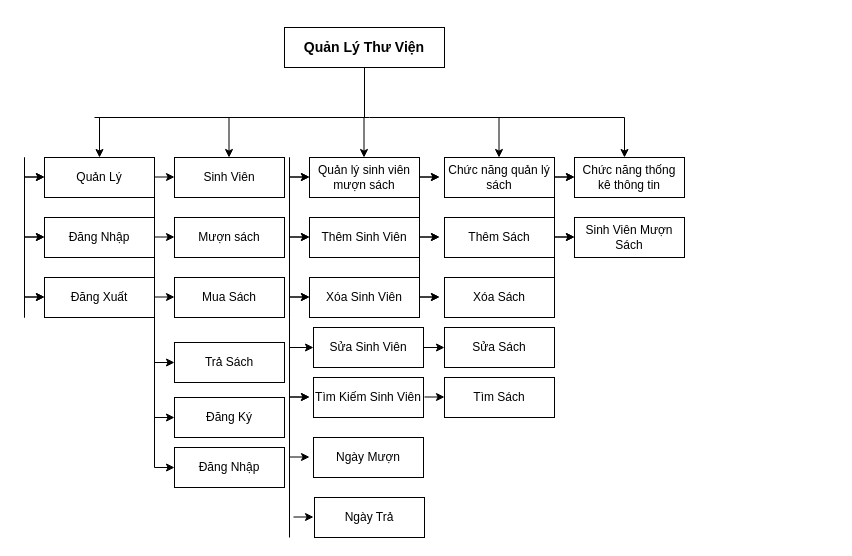
Before: page "Phân Giã Chức Năng" (1 of 2) of QLTV.drawio in XuanManh9999/QLTV_BTL.NET, a draw.io diagram. Source tidied: cells renumbered, new cells numbered last; positions are measured from the earlier drawing's top-left corner, leaving out a move shared by most shapes. Both pictures are drawn from the tidied source at 100%, with x=0, y=0 at pixel (24, 27).
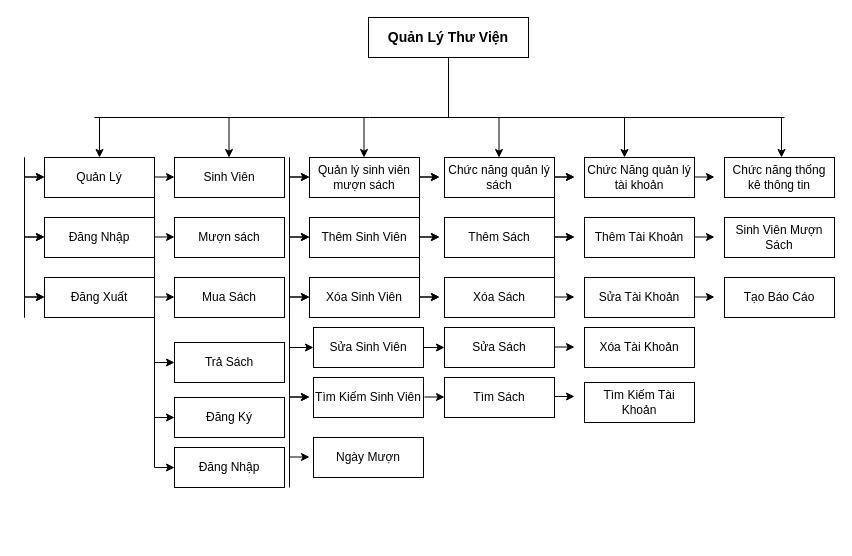
The same diagram, later.

The edit, as a diff of the source:
```diff
@@
     <mxCell id="2" value="&lt;font style=&quot;font-size: 14px;&quot;&gt;&lt;b&gt;Quản Lý Thư Viện&lt;/b&gt;&lt;/font&gt;" style="rounded=0;whiteSpace=wrap;html=1;" parent="1" vertex="1">
-      <mxGeometry x="260" width="160" height="40" as="geometry" />
+      <mxGeometry x="344" y="-10" width="160" height="40" as="geometry" />
     </mxCell>
     <mxCell id="3" style="endArrow=none;html=1;rounded=0;entryX=0.5;entryY=1;entryDx=0;entryDy=0;" parent="1" edge="1" target="2">
       <mxGeometry relative="1" as="geometry">
-        <mxPoint x="340" y="90" as="sourcePoint" />
+        <mxPoint x="424" y="90" as="sourcePoint" />
       </mxGeometry>
     </mxCell>
@@
     <mxCell id="5" style="endArrow=none;html=1;rounded=0;" parent="1" edge="1">
       <mxGeometry relative="1" as="geometry">
         <mxPoint x="70" y="90" as="sourcePoint" />
-        <mxPoint x="600" y="90" as="targetPoint" />
+        <mxPoint x="760" y="90" as="targetPoint" />
         <Array as="points">
           <mxPoint x="345" y="90" />
         </Array>
       </mxGeometry>
     </mxCell>
@@
     <mxCell id="9" value="Chức năng thống kê thông tin" style="rounded=0;whiteSpace=wrap;html=1;" parent="1" vertex="1">
-      <mxGeometry x="550" y="130" width="110" height="40" as="geometry" />
+      <mxGeometry x="700" y="130" width="110" height="40" as="geometry" />
     </mxCell>
@@
     <mxCell id="28" value="Sinh Viên Mượn Sách" style="rounded=0;whiteSpace=wrap;html=1;" parent="1" vertex="1">
-      <mxGeometry x="550" y="190" width="110" height="40" as="geometry" />
+      <mxGeometry x="700" y="190" width="110" height="40" as="geometry" />
     </mxCell>
@@
     <mxCell id="53" style="endArrow=none;html=1;rounded=0;" parent="1" edge="1">
       <mxGeometry relative="1" as="geometry">
-        <mxPoint x="265" y="510" as="sourcePoint" />
+        <mxPoint x="265" y="460" as="sourcePoint" />
         <mxPoint x="265" y="290" as="targetPoint" />
       </mxGeometry>
     </mxCell>
@@
-    <mxCell id="56" style="endArrow=classic;html=1;rounded=0;" parent="1" edge="1">
-      <mxGeometry relative="1" as="geometry">
-        <mxPoint x="269" y="489.5" as="sourcePoint" />
-        <mxPoint x="289" y="489.5" as="targetPoint" />
-      </mxGeometry>
-    </mxCell>
@@
-    <mxCell id="74" value="Ngày Trả" style="rounded=0;whiteSpace=wrap;html=1;" parent="1" vertex="1">
-      <mxGeometry x="290" y="470" width="110" height="40" as="geometry" />
-    </mxCell>
@@
+    <mxCell id="79" value="Chức Năng quản lý tài khoản" style="rounded=0;whiteSpace=wrap;html=1;" parent="1" vertex="1">
+      <mxGeometry x="560" y="130" width="110" height="40" as="geometry" />
+    </mxCell>
+    <mxCell id="80" value="Thêm Tài Khoản" style="rounded=0;whiteSpace=wrap;html=1;" parent="1" vertex="1">
+      <mxGeometry x="560" y="190" width="110" height="40" as="geometry" />
+    </mxCell>
+    <mxCell id="81" value="Sửa Tài Khoản" style="rounded=0;whiteSpace=wrap;html=1;" parent="1" vertex="1">
+      <mxGeometry x="560" y="250" width="110" height="40" as="geometry" />
+    </mxCell>
+    <mxCell id="82" value="Xóa Tài Khoản" style="rounded=0;whiteSpace=wrap;html=1;" parent="1" vertex="1">
+      <mxGeometry x="560" y="300" width="110" height="40" as="geometry" />
+    </mxCell>
+    <mxCell id="83" value="Tìm Kiếm Tài Khoản" style="rounded=0;whiteSpace=wrap;html=1;" parent="1" vertex="1">
+      <mxGeometry x="560" y="355" width="110" height="40" as="geometry" />
+    </mxCell>
+    <mxCell id="84" style="endArrow=classic;html=1;rounded=0;" parent="1" edge="1">
+      <mxGeometry relative="1" as="geometry">
+        <mxPoint x="757" y="90" as="sourcePoint" />
+        <mxPoint x="757" y="130" as="targetPoint" />
+      </mxGeometry>
+    </mxCell>
+    <mxCell id="85" style="endArrow=classic;html=1;rounded=0;" parent="1" edge="1">
+      <mxGeometry relative="1" as="geometry">
+        <mxPoint x="530" y="269.5" as="sourcePoint" />
+        <mxPoint x="550" y="269.5" as="targetPoint" />
+      </mxGeometry>
+    </mxCell>
+    <mxCell id="86" style="endArrow=classic;html=1;rounded=0;" parent="1" edge="1">
+      <mxGeometry relative="1" as="geometry">
+        <mxPoint x="530" y="319.5" as="sourcePoint" />
+        <mxPoint x="550" y="319.5" as="targetPoint" />
+      </mxGeometry>
+    </mxCell>
+    <mxCell id="87" style="endArrow=classic;html=1;rounded=0;" parent="1" edge="1">
+      <mxGeometry relative="1" as="geometry">
+        <mxPoint x="530" y="369" as="sourcePoint" />
+        <mxPoint x="550" y="369" as="targetPoint" />
+      </mxGeometry>
+    </mxCell>
+    <mxCell id="88" style="endArrow=classic;html=1;rounded=0;" parent="1" edge="1">
+      <mxGeometry relative="1" as="geometry">
+        <mxPoint x="670" y="149.5" as="sourcePoint" />
+        <mxPoint x="690" y="149.5" as="targetPoint" />
+      </mxGeometry>
+    </mxCell>
+    <mxCell id="89" style="endArrow=classic;html=1;rounded=0;" parent="1" edge="1">
+      <mxGeometry relative="1" as="geometry">
+        <mxPoint x="670" y="209.5" as="sourcePoint" />
+        <mxPoint x="690" y="209.5" as="targetPoint" />
+      </mxGeometry>
+    </mxCell>
+    <mxCell id="90" value="Tạo Báo Cáo" style="rounded=0;whiteSpace=wrap;html=1;" parent="1" vertex="1">
+      <mxGeometry x="700" y="250" width="110" height="40" as="geometry" />
+    </mxCell>
+    <mxCell id="91" style="endArrow=classic;html=1;rounded=0;" parent="1" edge="1">
+      <mxGeometry relative="1" as="geometry">
+        <mxPoint x="670" y="269.5" as="sourcePoint" />
+        <mxPoint x="690" y="269.5" as="targetPoint" />
+      </mxGeometry>
+    </mxCell>
```
